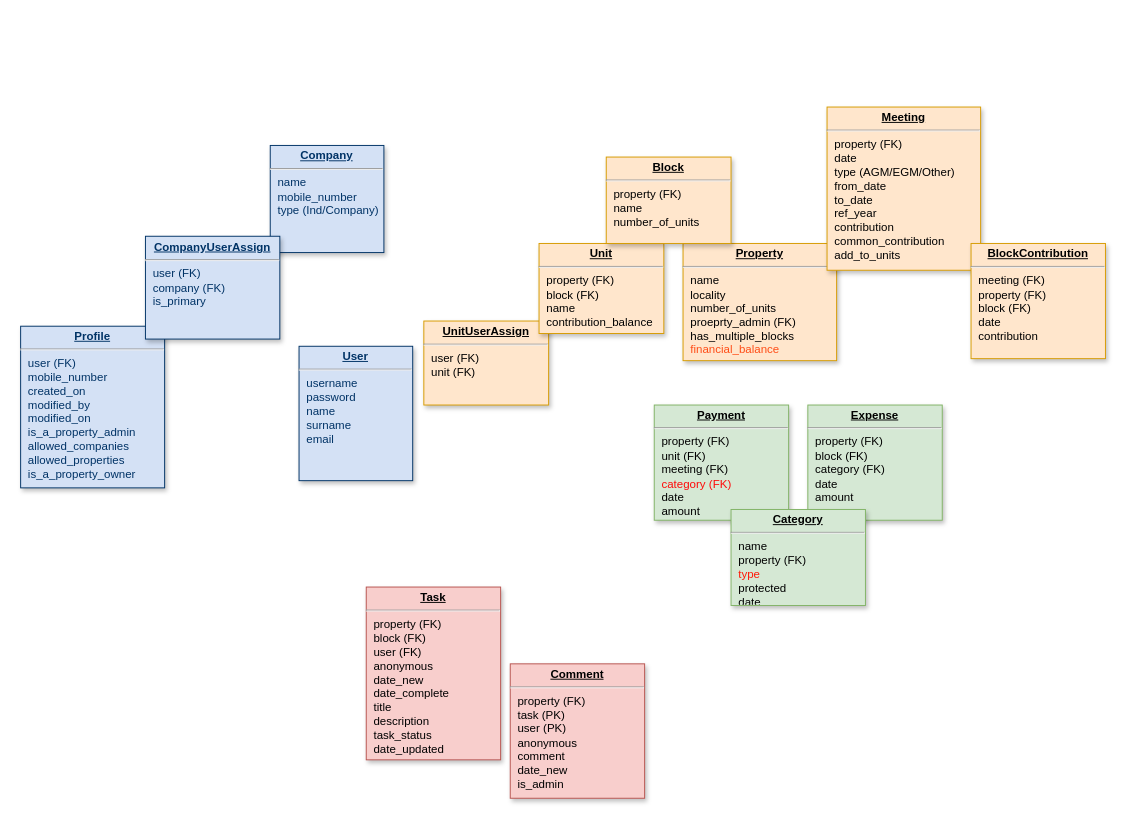
The draw.io diagram Untitled Diagram.drawio in gilubilu/hello-world, before the edit. Source tidied: cells renumbered, new cells numbered last; positions are measured from the earlier drawing's top-left corner, leaving out a move shared by most shapes. Both pictures are drawn from the tidied source at 96%, with x=0, y=0 at pixel (20, 107).
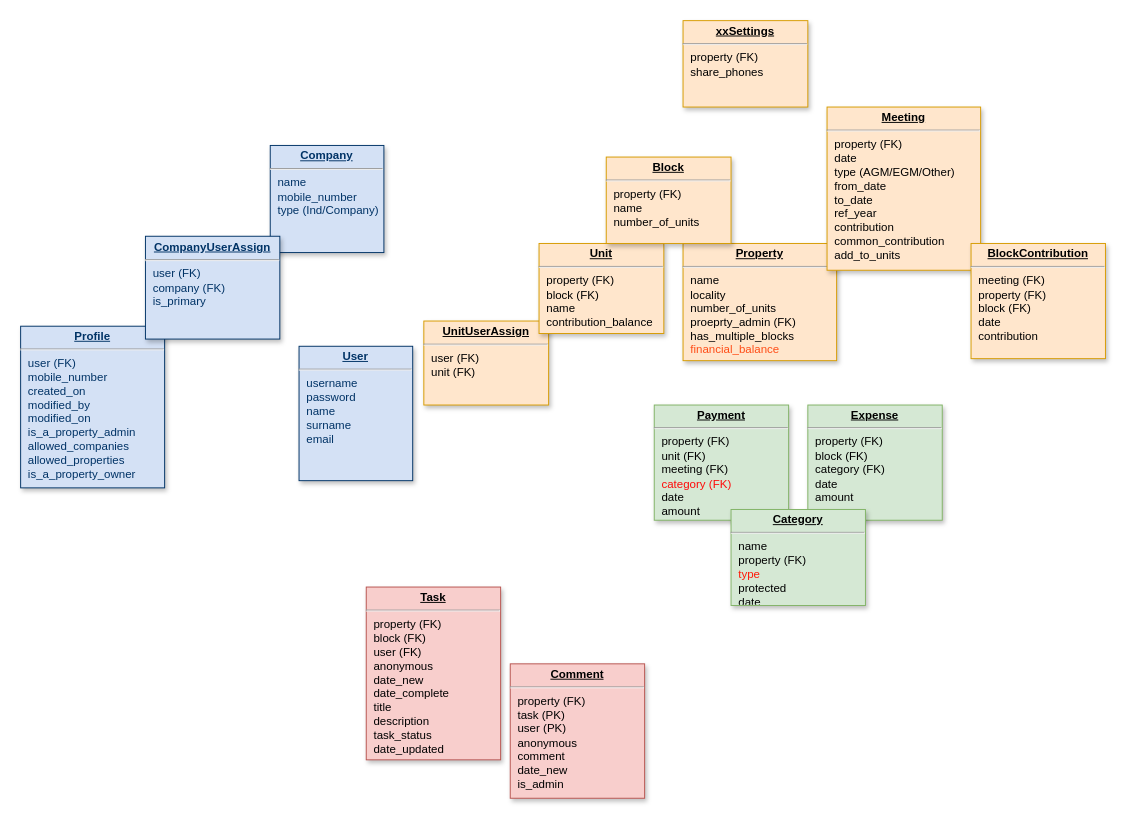
After the change.

Diff of the diagram source:
```diff
@@
 <mxGraphModel background="#ffffff">
   <root>
     <mxCell id="0" />
     <mxCell id="1" parent="0" />
     <mxCell id="2" value="&lt;p style=&quot;margin: 0px ; margin-top: 4px ; text-align: center ; text-decoration: underline&quot;&gt;&lt;b&gt;UnitUserAssign&lt;/b&gt;&lt;/p&gt;&lt;hr&gt;&lt;p style=&quot;margin: 0px ; margin-left: 8px&quot;&gt;user (FK)&lt;/p&gt;&lt;p style=&quot;margin: 0px ; margin-left: 8px&quot;&gt;unit (FK)&lt;/p&gt;" style="verticalAlign=top;align=left;overflow=fill;fontSize=12;fontFamily=Helvetica;html=1;strokeColor=#d79b00;shadow=1;fillColor=#ffe6cc;" parent="1" vertex="1">
       <mxGeometry x="420" y="222.9" width="130" height="87.5" as="geometry" />
     </mxCell>
     <mxCell id="3" value="&lt;p style=&quot;margin: 0px ; margin-top: 4px ; text-align: center ; text-decoration: underline&quot;&gt;&lt;strong&gt;Unit&lt;/strong&gt;&lt;/p&gt;&lt;hr&gt;&lt;p style=&quot;margin: 0px ; margin-left: 8px&quot;&gt;property (FK)&lt;/p&gt;&lt;p style=&quot;margin: 0px ; margin-left: 8px&quot;&gt;block (FK)&lt;/p&gt;&lt;p style=&quot;margin: 0px ; margin-left: 8px&quot;&gt;name&lt;/p&gt;&lt;p style=&quot;margin: 0px ; margin-left: 8px&quot;&gt;&lt;span&gt;contribution_balance&lt;/span&gt;&lt;br&gt;&lt;/p&gt;&lt;p style=&quot;margin: 0px ; margin-left: 8px&quot;&gt;&lt;br&gt;&lt;/p&gt;" style="verticalAlign=top;align=left;overflow=fill;fontSize=12;fontFamily=Helvetica;html=1;strokeColor=#d79b00;shadow=1;fillColor=#ffe6cc;" parent="1" vertex="1">
       <mxGeometry x="540" y="142.1" width="130" height="93.8" as="geometry" />
     </mxCell>
     <mxCell id="4" value="&lt;p style=&quot;margin: 0px ; margin-top: 4px ; text-align: center ; text-decoration: underline&quot;&gt;&lt;strong&gt;Property&lt;/strong&gt;&lt;/p&gt;&lt;hr&gt;&lt;p style=&quot;margin: 0px ; margin-left: 8px&quot;&gt;name&lt;/p&gt;&lt;p style=&quot;margin: 0px ; margin-left: 8px&quot;&gt;locality&lt;/p&gt;&lt;p style=&quot;margin: 0px ; margin-left: 8px&quot;&gt;number_of_units&lt;/p&gt;&lt;p style=&quot;margin: 0px ; margin-left: 8px&quot;&gt;proeprty_admin (FK)&lt;/p&gt;&lt;p style=&quot;margin: 0px ; margin-left: 8px&quot;&gt;has_multiple_blocks&lt;/p&gt;&lt;p style=&quot;margin: 0px ; margin-left: 8px&quot;&gt;&lt;font color=&quot;#ff4d17&quot;&gt;financial_balance&lt;/font&gt;&lt;/p&gt;&lt;p style=&quot;margin: 0px ; margin-left: 8px&quot;&gt;&lt;br&gt;&lt;/p&gt;" style="verticalAlign=top;align=left;overflow=fill;fontSize=12;fontFamily=Helvetica;html=1;strokeColor=#d79b00;shadow=1;fillColor=#ffe6cc;" parent="1" vertex="1">
       <mxGeometry x="690" y="142.1" width="160" height="122.1" as="geometry" />
     </mxCell>
     <mxCell id="5" value="&lt;p style=&quot;margin: 0px ; margin-top: 4px ; text-align: center ; text-decoration: underline&quot;&gt;&lt;strong&gt;Profile&lt;/strong&gt;&lt;/p&gt;&lt;hr&gt;&lt;p style=&quot;margin: 0px ; margin-left: 8px&quot;&gt;user (FK)&lt;/p&gt;&lt;p style=&quot;margin: 0px ; margin-left: 8px&quot;&gt;mobile_number&lt;/p&gt;&lt;p style=&quot;margin: 0px ; margin-left: 8px&quot;&gt;created_on&lt;/p&gt;&lt;p style=&quot;margin: 0px ; margin-left: 8px&quot;&gt;modified_by&lt;/p&gt;&lt;p style=&quot;margin: 0px ; margin-left: 8px&quot;&gt;modified_on&lt;/p&gt;&lt;p style=&quot;margin: 0px ; margin-left: 8px&quot;&gt;is_a_property_admin&lt;/p&gt;&lt;p style=&quot;margin: 0px ; margin-left: 8px&quot;&gt;allowed_companies&lt;/p&gt;&lt;p style=&quot;margin: 0px ; margin-left: 8px&quot;&gt;allowed_properties&lt;/p&gt;&lt;p style=&quot;margin: 0px ; margin-left: 8px&quot;&gt;is_a_property_owner&lt;/p&gt;" style="verticalAlign=top;align=left;overflow=fill;fontSize=12;fontFamily=Helvetica;html=1;strokeColor=#003366;shadow=1;fillColor=#D4E1F5;fontColor=#003366;direction=west;" parent="1" vertex="1">
       <mxGeometry y="228.3" width="150" height="168.4" as="geometry" />
     </mxCell>
     <mxCell id="6" value="&lt;p style=&quot;margin: 0px ; margin-top: 4px ; text-align: center ; text-decoration: underline&quot;&gt;&lt;b&gt;User&lt;/b&gt;&lt;/p&gt;&lt;hr&gt;&lt;p style=&quot;margin: 0px ; margin-left: 8px&quot;&gt;username&lt;/p&gt;&lt;p style=&quot;margin: 0px ; margin-left: 8px&quot;&gt;password&lt;/p&gt;&lt;p style=&quot;margin: 0px ; margin-left: 8px&quot;&gt;name&lt;/p&gt;&lt;p style=&quot;margin: 0px ; margin-left: 8px&quot;&gt;surname&lt;/p&gt;&lt;p style=&quot;margin: 0px ; margin-left: 8px&quot;&gt;email&lt;/p&gt;" style="verticalAlign=top;align=left;overflow=fill;fontSize=12;fontFamily=Helvetica;html=1;strokeColor=#003366;shadow=1;fillColor=#D4E1F5;fontColor=#003366;direction=south;" parent="1" vertex="1">
       <mxGeometry x="290" y="249.2" width="118.4" height="140" as="geometry" />
     </mxCell>
     <mxCell id="7" value="&lt;p style=&quot;margin: 0px ; margin-top: 4px ; text-align: center ; text-decoration: underline&quot;&gt;&lt;b&gt;Company&lt;/b&gt;&lt;/p&gt;&lt;hr&gt;&lt;p style=&quot;margin: 0px ; margin-left: 8px&quot;&gt;name&lt;/p&gt;&lt;p style=&quot;margin: 0px ; margin-left: 8px&quot;&gt;mobile_number&lt;/p&gt;&lt;p style=&quot;margin: 0px ; margin-left: 8px&quot;&gt;type (Ind/Company)&lt;/p&gt;" style="verticalAlign=top;align=left;overflow=fill;fontSize=12;fontFamily=Helvetica;html=1;strokeColor=#003366;shadow=1;fillColor=#D4E1F5;fontColor=#003366;direction=south;" parent="1" vertex="1">
       <mxGeometry x="260" y="40" width="118.4" height="111.6" as="geometry" />
     </mxCell>
     <mxCell id="8" value="&lt;p style=&quot;margin: 0px ; margin-top: 4px ; text-align: center ; text-decoration: underline&quot;&gt;&lt;b&gt;CompanyUserAssign&lt;/b&gt;&lt;/p&gt;&lt;hr&gt;&lt;p style=&quot;margin: 0px ; margin-left: 8px&quot;&gt;user (FK)&lt;/p&gt;&lt;p style=&quot;margin: 0px ; margin-left: 8px&quot;&gt;company (FK)&lt;/p&gt;&lt;p style=&quot;margin: 0px ; margin-left: 8px&quot;&gt;is_primary&lt;/p&gt;" style="verticalAlign=top;align=left;overflow=fill;fontSize=12;fontFamily=Helvetica;html=1;strokeColor=#003366;shadow=1;fillColor=#D4E1F5;fontColor=#003366;direction=east;" parent="1" vertex="1">
       <mxGeometry x="130" y="134.6" width="140" height="107.1" as="geometry" />
     </mxCell>
     <mxCell id="9" value="&lt;p style=&quot;margin: 0px ; margin-top: 4px ; text-align: center ; text-decoration: underline&quot;&gt;&lt;strong&gt;Meeting&lt;/strong&gt;&lt;/p&gt;&lt;hr&gt;&lt;p style=&quot;margin: 0px ; margin-left: 8px&quot;&gt;property (FK)&lt;/p&gt;&lt;p style=&quot;margin: 0px ; margin-left: 8px&quot;&gt;date&lt;/p&gt;&lt;p style=&quot;margin: 0px ; margin-left: 8px&quot;&gt;type (AGM/EGM/Other)&lt;/p&gt;&lt;p style=&quot;margin: 0px ; margin-left: 8px&quot;&gt;from_date&lt;/p&gt;&lt;p style=&quot;margin: 0px ; margin-left: 8px&quot;&gt;to_date&lt;/p&gt;&lt;p style=&quot;margin: 0px ; margin-left: 8px&quot;&gt;ref_year&lt;/p&gt;&lt;p style=&quot;margin: 0px ; margin-left: 8px&quot;&gt;contribution&lt;/p&gt;&lt;p style=&quot;margin: 0px ; margin-left: 8px&quot;&gt;common_contribution&lt;/p&gt;&lt;p style=&quot;margin: 0px ; margin-left: 8px&quot;&gt;add_to_units&lt;/p&gt;" style="verticalAlign=top;align=left;overflow=fill;fontSize=12;fontFamily=Helvetica;html=1;strokeColor=#d79b00;shadow=1;fillColor=#ffe6cc;direction=west;" parent="1" vertex="1">
       <mxGeometry x="840" width="160" height="170" as="geometry" />
     </mxCell>
     <mxCell id="10" value="&lt;p style=&quot;margin: 0px ; margin-top: 4px ; text-align: center ; text-decoration: underline&quot;&gt;&lt;strong&gt;BlockContribution&lt;/strong&gt;&lt;/p&gt;&lt;hr&gt;&lt;p style=&quot;margin: 0px ; margin-left: 8px&quot;&gt;meeting (FK)&lt;/p&gt;&lt;p style=&quot;margin: 0px ; margin-left: 8px&quot;&gt;property (FK)&lt;/p&gt;&lt;p style=&quot;margin: 0px ; margin-left: 8px&quot;&gt;block (FK)&lt;/p&gt;&lt;p style=&quot;margin: 0px ; margin-left: 8px&quot;&gt;date&lt;/p&gt;&lt;p style=&quot;margin: 0px ; margin-left: 8px&quot;&gt;contribution&lt;br&gt;&lt;/p&gt;" style="verticalAlign=top;align=left;overflow=fill;fontSize=12;fontFamily=Helvetica;html=1;strokeColor=#d79b00;shadow=1;fillColor=#ffe6cc;direction=west;" parent="1" vertex="1">
       <mxGeometry x="990" y="142.1" width="140" height="120" as="geometry" />
     </mxCell>
     <mxCell id="11" value="&lt;p style=&quot;margin: 0px ; margin-top: 4px ; text-align: center ; text-decoration: underline&quot;&gt;&lt;strong&gt;Block&lt;/strong&gt;&lt;/p&gt;&lt;hr&gt;&lt;p style=&quot;margin: 0px ; margin-left: 8px&quot;&gt;property (FK)&lt;/p&gt;&lt;p style=&quot;margin: 0px ; margin-left: 8px&quot;&gt;name&lt;/p&gt;&lt;p style=&quot;margin: 0px ; margin-left: 8px&quot;&gt;number_of_units&lt;/p&gt;&lt;p style=&quot;margin: 0px ; margin-left: 8px&quot;&gt;&lt;br&gt;&lt;/p&gt;" style="verticalAlign=top;align=left;overflow=fill;fontSize=12;fontFamily=Helvetica;html=1;strokeColor=#d79b00;shadow=1;fillColor=#ffe6cc;direction=west;" parent="1" vertex="1">
       <mxGeometry x="610" y="52.1" width="130" height="90" as="geometry" />
     </mxCell>
     <mxCell id="12" value="&lt;p style=&quot;margin: 0px ; margin-top: 4px ; text-align: center ; text-decoration: underline&quot;&gt;&lt;strong&gt;Payment&lt;/strong&gt;&lt;/p&gt;&lt;hr&gt;&lt;p style=&quot;margin: 0px ; margin-left: 8px&quot;&gt;&lt;span&gt;property (FK)&lt;/span&gt;&lt;br&gt;&lt;/p&gt;&lt;p style=&quot;margin: 0px ; margin-left: 8px&quot;&gt;&lt;span&gt;unit (FK)&lt;/span&gt;&lt;/p&gt;&lt;p style=&quot;margin: 0px ; margin-left: 8px&quot;&gt;meeting (FK)&lt;/p&gt;&lt;p style=&quot;margin: 0px ; margin-left: 8px&quot;&gt;&lt;font color=&quot;#ff0a0a&quot;&gt;category (FK)&lt;/font&gt;&lt;/p&gt;&lt;p style=&quot;margin: 0px ; margin-left: 8px&quot;&gt;date&lt;span&gt;&lt;br&gt;&lt;/span&gt;&lt;/p&gt;&lt;p style=&quot;margin: 0px ; margin-left: 8px&quot;&gt;&lt;span&gt;amount&lt;/span&gt;&lt;/p&gt;" style="verticalAlign=top;align=left;overflow=fill;fontSize=12;fontFamily=Helvetica;html=1;strokeColor=#82b366;shadow=1;fillColor=#d5e8d4;direction=west;" parent="1" vertex="1">
       <mxGeometry x="660" y="310.4" width="140" height="120" as="geometry" />
     </mxCell>
     <mxCell id="13" value="&lt;p style=&quot;margin: 0px ; margin-top: 4px ; text-align: center ; text-decoration: underline&quot;&gt;&lt;strong&gt;Expense&lt;/strong&gt;&lt;/p&gt;&lt;hr&gt;&lt;p style=&quot;margin: 0px ; margin-left: 8px&quot;&gt;&lt;span&gt;property (FK)&lt;/span&gt;&lt;/p&gt;&lt;p style=&quot;margin: 0px ; margin-left: 8px&quot;&gt;&lt;span&gt;block (FK)&lt;/span&gt;&lt;/p&gt;&lt;p style=&quot;margin: 0px ; margin-left: 8px&quot;&gt;category (FK)&lt;/p&gt;&lt;p style=&quot;margin: 0px ; margin-left: 8px&quot;&gt;date&lt;/p&gt;&lt;p style=&quot;margin: 0px ; margin-left: 8px&quot;&gt;&lt;span&gt;amount&lt;/span&gt;&lt;br&gt;&lt;/p&gt;&lt;p style=&quot;margin: 0px ; margin-left: 8px&quot;&gt;&lt;br&gt;&lt;/p&gt;" style="verticalAlign=top;align=left;overflow=fill;fontSize=12;fontFamily=Helvetica;html=1;strokeColor=#82b366;shadow=1;fillColor=#d5e8d4;direction=west;" parent="1" vertex="1">
       <mxGeometry x="820" y="310.4" width="140" height="120" as="geometry" />
     </mxCell>
     <mxCell id="14" value="&lt;p style=&quot;margin: 0px ; margin-top: 4px ; text-align: center ; text-decoration: underline&quot;&gt;&lt;strong&gt;Category&lt;/strong&gt;&lt;/p&gt;&lt;hr&gt;&lt;p style=&quot;margin: 0px ; margin-left: 8px&quot;&gt;name&lt;br&gt;&lt;/p&gt;&lt;p style=&quot;margin: 0px ; margin-left: 8px&quot;&gt;property (FK)&lt;/p&gt;&lt;p style=&quot;margin: 0px ; margin-left: 8px&quot;&gt;&lt;font color=&quot;#ff1808&quot;&gt;type&lt;/font&gt;&lt;/p&gt;&lt;p style=&quot;margin: 0px ; margin-left: 8px&quot;&gt;protected&lt;/p&gt;&lt;p style=&quot;margin: 0px ; margin-left: 8px&quot;&gt;date&lt;/p&gt;" style="verticalAlign=top;align=left;overflow=fill;fontSize=12;fontFamily=Helvetica;html=1;strokeColor=#82b366;shadow=1;fillColor=#d5e8d4;direction=west;" parent="1" vertex="1">
       <mxGeometry x="740" y="419.2" width="140" height="100" as="geometry" />
     </mxCell>
     <mxCell id="15" value="&lt;p style=&quot;margin: 0px ; margin-top: 4px ; text-align: center ; text-decoration: underline&quot;&gt;&lt;strong&gt;Task&lt;/strong&gt;&lt;/p&gt;&lt;hr&gt;&lt;p style=&quot;margin: 0px ; margin-left: 8px&quot;&gt;&lt;span&gt;property (FK)&lt;/span&gt;&lt;br&gt;&lt;/p&gt;&lt;p style=&quot;margin: 0px ; margin-left: 8px&quot;&gt;&lt;span&gt;block (FK)&lt;/span&gt;&lt;/p&gt;&lt;p style=&quot;margin: 0px ; margin-left: 8px&quot;&gt;&lt;span&gt;user (FK)&lt;/span&gt;&lt;/p&gt;&lt;p style=&quot;margin: 0px ; margin-left: 8px&quot;&gt;&lt;span&gt;anonymous&lt;/span&gt;&lt;/p&gt;&lt;p style=&quot;margin: 0px ; margin-left: 8px&quot;&gt;date_new&lt;/p&gt;&lt;p style=&quot;margin: 0px ; margin-left: 8px&quot;&gt;date_complete&lt;/p&gt;&lt;p style=&quot;margin: 0px ; margin-left: 8px&quot;&gt;title&lt;span&gt;&lt;br&gt;&lt;/span&gt;&lt;/p&gt;&lt;p style=&quot;margin: 0px ; margin-left: 8px&quot;&gt;&lt;span&gt;description&lt;/span&gt;&lt;/p&gt;&lt;p style=&quot;margin: 0px ; margin-left: 8px&quot;&gt;&lt;span&gt;task_status&lt;/span&gt;&lt;/p&gt;&lt;p style=&quot;margin: 0px ; margin-left: 8px&quot;&gt;&lt;span&gt;date_updated&lt;/span&gt;&lt;/p&gt;" style="verticalAlign=top;align=left;overflow=fill;fontSize=12;fontFamily=Helvetica;html=1;strokeColor=#b85450;shadow=1;fillColor=#f8cecc;direction=west;" parent="1" vertex="1">
       <mxGeometry x="360" y="500" width="140" height="180" as="geometry" />
     </mxCell>
     <mxCell id="16" value="&lt;p style=&quot;margin: 0px ; margin-top: 4px ; text-align: center ; text-decoration: underline&quot;&gt;&lt;b&gt;Comment&lt;/b&gt;&lt;/p&gt;&lt;hr&gt;&lt;p style=&quot;margin: 0px ; margin-left: 8px&quot;&gt;&lt;span&gt;property (FK)&lt;/span&gt;&lt;br&gt;&lt;/p&gt;&lt;p style=&quot;margin: 0px ; margin-left: 8px&quot;&gt;&lt;span&gt;task (PK)&lt;/span&gt;&lt;/p&gt;&lt;p style=&quot;margin: 0px ; margin-left: 8px&quot;&gt;&lt;span&gt;user (PK)&lt;/span&gt;&lt;/p&gt;&lt;p style=&quot;margin: 0px ; margin-left: 8px&quot;&gt;&lt;span&gt;anonymous&lt;/span&gt;&lt;/p&gt;&lt;p style=&quot;margin: 0px ; margin-left: 8px&quot;&gt;&lt;span&gt;comment&lt;/span&gt;&lt;/p&gt;&lt;p style=&quot;margin: 0px ; margin-left: 8px&quot;&gt;&lt;span&gt;date_new&lt;/span&gt;&lt;/p&gt;&lt;p style=&quot;margin: 0px ; margin-left: 8px&quot;&gt;&lt;span&gt;is_admin&lt;/span&gt;&lt;/p&gt;&lt;p style=&quot;margin: 0px ; margin-left: 8px&quot;&gt;&lt;span&gt;&lt;br&gt;&lt;/span&gt;&lt;/p&gt;" style="verticalAlign=top;align=left;overflow=fill;fontSize=12;fontFamily=Helvetica;html=1;strokeColor=#b85450;shadow=1;fillColor=#f8cecc;direction=west;" parent="1" vertex="1">
       <mxGeometry x="510" y="580" width="140" height="140" as="geometry" />
     </mxCell>
+    <mxCell id="17" value="&lt;p style=&quot;margin: 0px ; margin-top: 4px ; text-align: center ; text-decoration: underline&quot;&gt;&lt;strong&gt;xxSettings&lt;/strong&gt;&lt;/p&gt;&lt;hr&gt;&lt;p style=&quot;margin: 0px ; margin-left: 8px&quot;&gt;property (FK)&lt;/p&gt;&lt;p style=&quot;margin: 0px ; margin-left: 8px&quot;&gt;share_phones&lt;/p&gt;&lt;p style=&quot;margin: 0px ; margin-left: 8px&quot;&gt;&lt;br&gt;&lt;/p&gt;" style="verticalAlign=top;align=left;overflow=fill;fontSize=12;fontFamily=Helvetica;html=1;strokeColor=#d79b00;shadow=1;fillColor=#ffe6cc;direction=west;" parent="1" vertex="1">
+      <mxGeometry x="690" y="-90" width="130" height="90" as="geometry" />
+    </mxCell>
   </root>
 </mxGraphModel>
```
